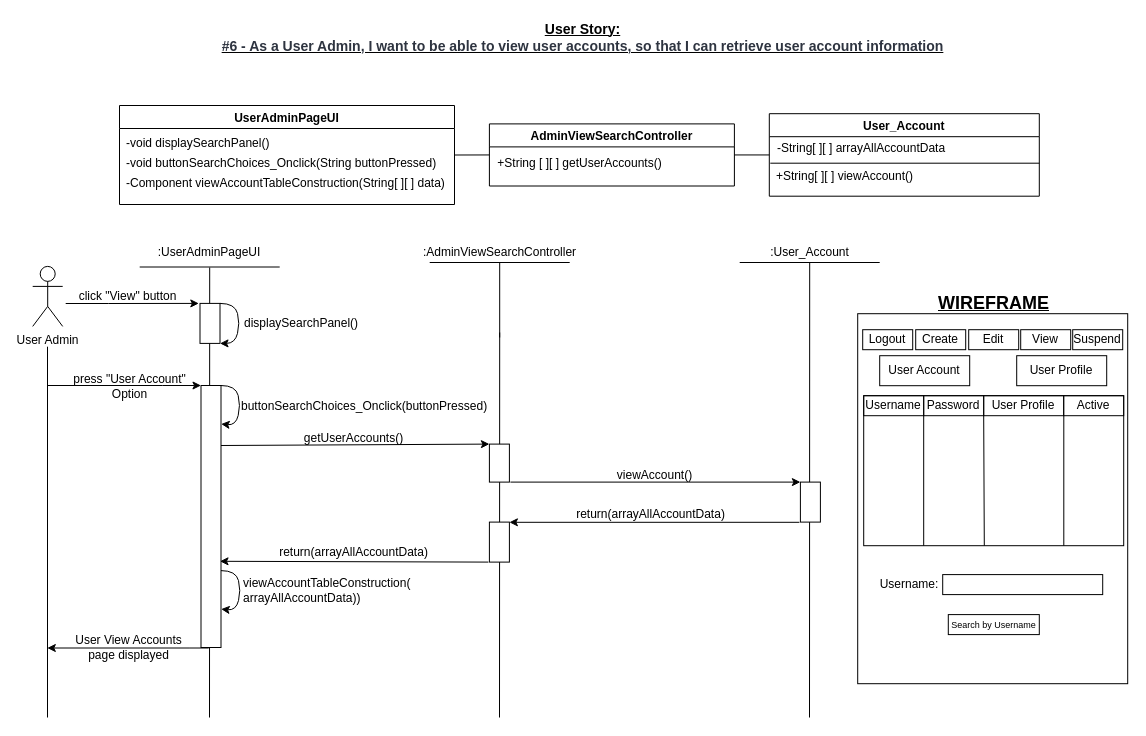
Before: BCE_UML_and_Diagrams/UserAdmin/UserAdmin_ViewSearchAccount(#5&6)/UserStory#6_ViewAccount.drawio in extred5700/JAVAGUI-Restaurant-Table-Order-System, a draw.io diagram. Source tidied: cells renumbered, new cells numbered last; positions are measured from the earlier drawing's top-left corner, leaving out a move shared by most shapes. Both pictures are drawn from the tidied source at 100%, with x=0, y=0 at pixel (32, 17).
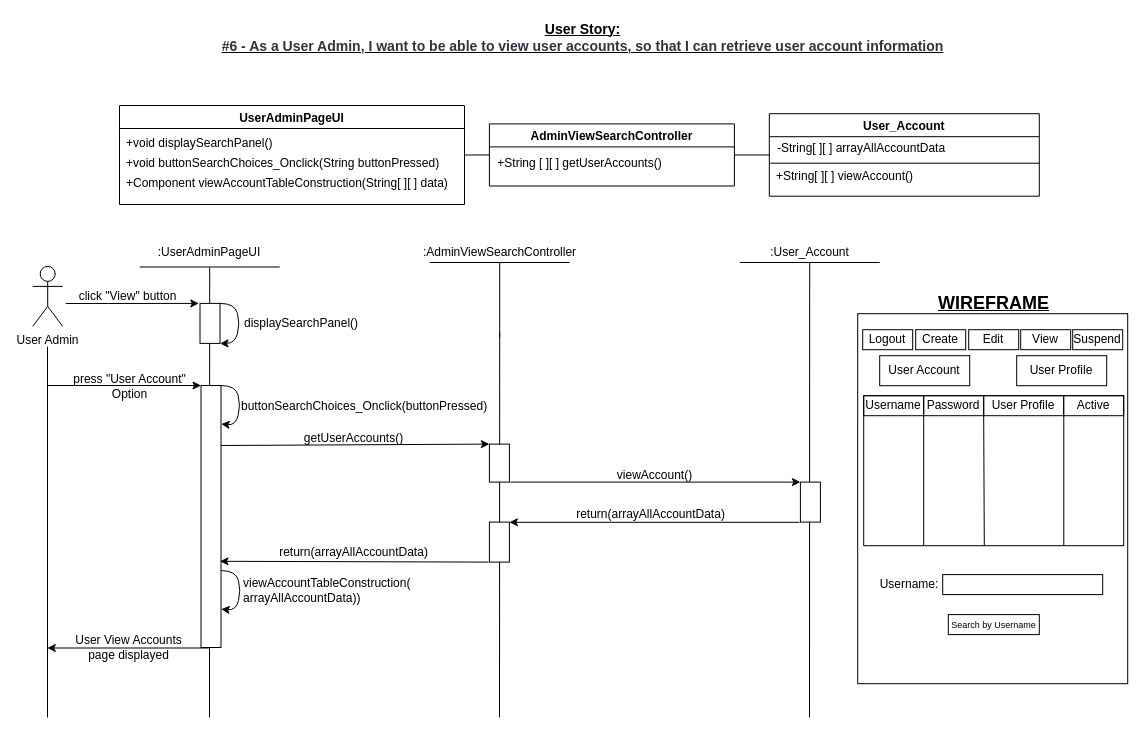
Above is the later version.

The edit, as a diff of the source:
```diff
@@
     <mxCell id="5" value="UserAdminPageUI" style="swimlane;" parent="1" vertex="1">
-      <mxGeometry x="87" y="88" width="335" height="99" as="geometry" />
+      <mxGeometry x="87" y="88" width="345" height="99" as="geometry" />
     </mxCell>
-    <mxCell id="6" value="-void displaySearchPanel()" style="text;html=1;align=left;verticalAlign=middle;strokeColor=none;fillColor=none;" parent="5" vertex="1">
+    <mxCell id="6" value="+void displaySearchPanel()" style="text;html=1;align=left;verticalAlign=middle;strokeColor=none;fillColor=none;" parent="5" vertex="1">
       <mxGeometry x="5" y="28" width="160" height="20" as="geometry" />
     </mxCell>
-    <mxCell id="7" value="-Component viewAccountTableConstruction(String[ ][ ] data)" style="text;html=1;align=left;verticalAlign=middle;strokeColor=none;fillColor=none;" parent="5" vertex="1">
-      <mxGeometry x="5" y="68" width="330" height="20" as="geometry" />
+    <mxCell id="7" value="+Component viewAccountTableConstruction(String[ ][ ] data)" style="text;html=1;align=left;verticalAlign=middle;strokeColor=none;fillColor=none;" parent="5" vertex="1">
+      <mxGeometry x="5" y="68" width="340" height="20" as="geometry" />
     </mxCell>
-    <mxCell id="8" value="-void buttonSearchChoices_Onclick(String buttonPressed)" style="text;html=1;align=left;verticalAlign=middle;strokeColor=none;fillColor=none;" parent="5" vertex="1">
+    <mxCell id="8" value="+void buttonSearchChoices_Onclick(String buttonPressed)" style="text;html=1;align=left;verticalAlign=middle;strokeColor=none;fillColor=none;" parent="5" vertex="1">
       <mxGeometry x="5" y="48" width="330" height="20" as="geometry" />
     </mxCell>
```
